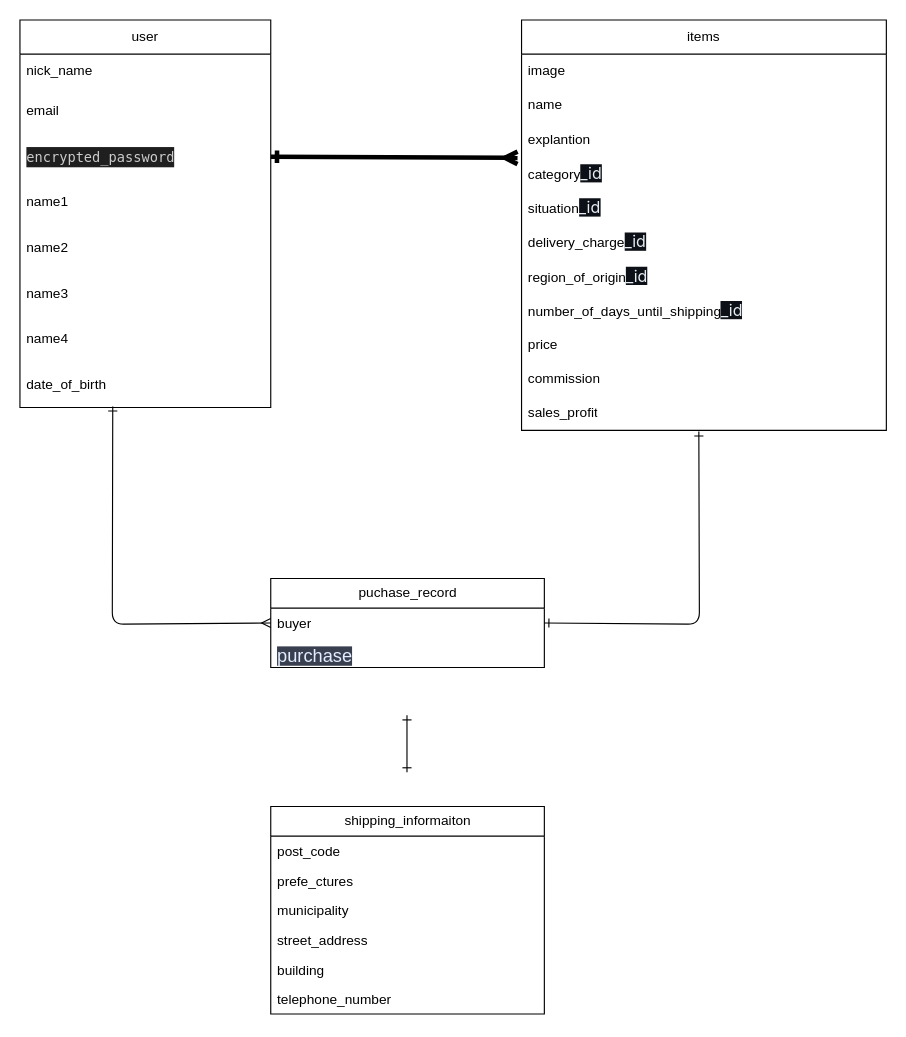
Ryuuichiro07/furima-40395 keeps this draw.io diagram as furima.dio. Above is the earlier version. Source tidied: cells renumbered, new cells numbered last; positions are measured from the earlier drawing's top-left corner, leaving out a move shared by most shapes. Both pictures are drawn from the tidied source at 114%, with x=0, y=0 at pixel (19, 19).
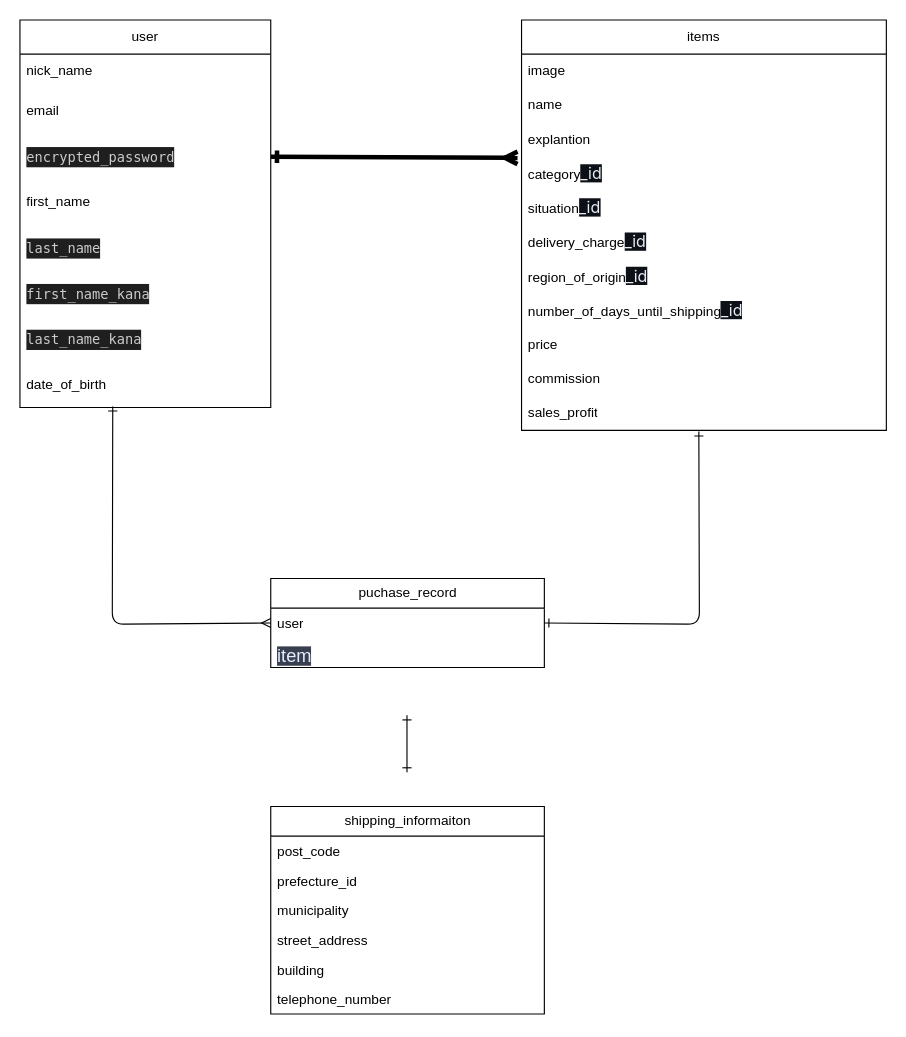
The same diagram, later.

Unchanged cells that the change refers to:
```xml
<mxCell id="2" value="user" style="swimlane;fontStyle=0;horizontal=1;startSize=30;whiteSpace=wrap;html=1;" parent="1" vertex="1">
  <mxGeometry width="220" height="340" as="geometry" />
</mxCell>
<mxCell id="24" value="puchase_record" style="swimlane;fontStyle=0;horizontal=1;startSize=26;fillColor=none;html=1;" parent="1" vertex="1">
  <mxGeometry x="220" y="490" width="240" height="78" as="geometry" />
</mxCell>
<mxCell id="28" value="shipping_informaiton" style="swimlane;fontStyle=0;horizontal=1;startSize=26;fillColor=none;html=1;" parent="1" vertex="1">
  <mxGeometry x="220" y="690" width="240" height="182" as="geometry" />
</mxCell>
```

What changed in the source:
```diff
@@
-    <mxCell id="6" value="name1" style="text;strokeColor=none;fillColor=none;align=left;verticalAlign=middle;spacingLeft=4;spacingRight=4;overflow=hidden;whiteSpace=wrap;html=1;" parent="2" vertex="1">
+    <mxCell id="6" value="first_name" style="text;strokeColor=none;fillColor=none;align=left;verticalAlign=middle;spacingLeft=4;spacingRight=4;overflow=hidden;whiteSpace=wrap;html=1;" parent="2" vertex="1">
       <mxGeometry y="140" width="220" height="40" as="geometry" />
     </mxCell>
-    <mxCell id="7" value="name2" style="text;strokeColor=none;fillColor=none;align=left;verticalAlign=middle;spacingLeft=4;spacingRight=4;overflow=hidden;whiteSpace=wrap;html=1;" parent="2" vertex="1">
+    <mxCell id="7" value="&lt;div style=&quot;color: rgb(204, 204, 204); background-color: rgb(31, 31, 31); font-family: Menlo, Monaco, &amp;quot;Courier New&amp;quot;, monospace; line-height: 18px;&quot;&gt;last_name&lt;/div&gt;" style="text;strokeColor=none;fillColor=none;align=left;verticalAlign=middle;spacingLeft=4;spacingRight=4;overflow=hidden;whiteSpace=wrap;html=1;" parent="2" vertex="1">
       <mxGeometry y="180" width="220" height="40" as="geometry" />
     </mxCell>
-    <mxCell id="8" value="name3" style="text;strokeColor=none;fillColor=none;align=left;verticalAlign=middle;spacingLeft=4;spacingRight=4;overflow=hidden;whiteSpace=wrap;html=1;" parent="2" vertex="1">
+    <mxCell id="8" value="&lt;div style=&quot;color: rgb(204, 204, 204); background-color: rgb(31, 31, 31); font-family: Menlo, Monaco, &amp;quot;Courier New&amp;quot;, monospace; line-height: 18px;&quot;&gt;first_name_kana&lt;/div&gt;" style="text;strokeColor=none;fillColor=none;align=left;verticalAlign=middle;spacingLeft=4;spacingRight=4;overflow=hidden;whiteSpace=wrap;html=1;" parent="2" vertex="1">
       <mxGeometry y="220" width="220" height="40" as="geometry" />
     </mxCell>
-    <mxCell id="9" value="name4" style="text;strokeColor=none;fillColor=none;align=left;verticalAlign=middle;spacingLeft=4;spacingRight=4;overflow=hidden;whiteSpace=wrap;html=1;" parent="2" vertex="1">
+    <mxCell id="9" value="&lt;div style=&quot;color: rgb(204, 204, 204); background-color: rgb(31, 31, 31); font-family: Menlo, Monaco, &amp;quot;Courier New&amp;quot;, monospace; line-height: 18px;&quot;&gt;last_name_kana&lt;/div&gt;" style="text;strokeColor=none;fillColor=none;align=left;verticalAlign=middle;spacingLeft=4;spacingRight=4;overflow=hidden;whiteSpace=wrap;html=1;" parent="2" vertex="1">
       <mxGeometry y="260" width="220" height="40" as="geometry" />
     </mxCell>
@@
-    <mxCell id="25" value="buyer" style="text;strokeColor=none;fillColor=none;align=left;verticalAlign=top;spacingLeft=4;spacingRight=4;overflow=hidden;points=[[0,0.5],[1,0.5]];portConstraint=eastwest;whiteSpace=wrap;html=1;" parent="24" vertex="1">
+    <mxCell id="25" value="user" style="text;strokeColor=none;fillColor=none;align=left;verticalAlign=top;spacingLeft=4;spacingRight=4;overflow=hidden;points=[[0,0.5],[1,0.5]];portConstraint=eastwest;whiteSpace=wrap;html=1;" parent="24" vertex="1">
       <mxGeometry y="26" width="240" height="26" as="geometry" />
     </mxCell>
-    <mxCell id="26" value="&lt;span style=&quot;background-color: rgb(58, 63, 80); color: rgb(226, 238, 255); font-family: &amp;quot;Google Sans&amp;quot;, arial, sans-serif; font-size: 16px;&quot;&gt;purchase&lt;/span&gt;" style="text;strokeColor=none;fillColor=none;align=left;verticalAlign=top;spacingLeft=4;spacingRight=4;overflow=hidden;whiteSpace=wrap;html=1;" parent="24" vertex="1">
+    <mxCell id="26" value="&lt;font face=&quot;Google Sans, arial, sans-serif&quot; color=&quot;#e2eeff&quot;&gt;&lt;span style=&quot;font-size: 16px; background-color: rgb(58, 63, 80);&quot;&gt;item&lt;/span&gt;&lt;/font&gt;" style="text;strokeColor=none;fillColor=none;align=left;verticalAlign=top;spacingLeft=4;spacingRight=4;overflow=hidden;whiteSpace=wrap;html=1;" parent="24" vertex="1">
       <mxGeometry y="52" width="240" height="26" as="geometry" />
     </mxCell>
@@
-    <mxCell id="30" value="prefe_ctures" style="text;strokeColor=none;fillColor=none;align=left;verticalAlign=top;spacingLeft=4;spacingRight=4;overflow=hidden;whiteSpace=wrap;html=1;" parent="28" vertex="1">
+    <mxCell id="30" value="prefecture_id" style="text;strokeColor=none;fillColor=none;align=left;verticalAlign=top;spacingLeft=4;spacingRight=4;overflow=hidden;whiteSpace=wrap;html=1;" parent="28" vertex="1">
       <mxGeometry y="52" width="240" height="26" as="geometry" />
     </mxCell>
```
